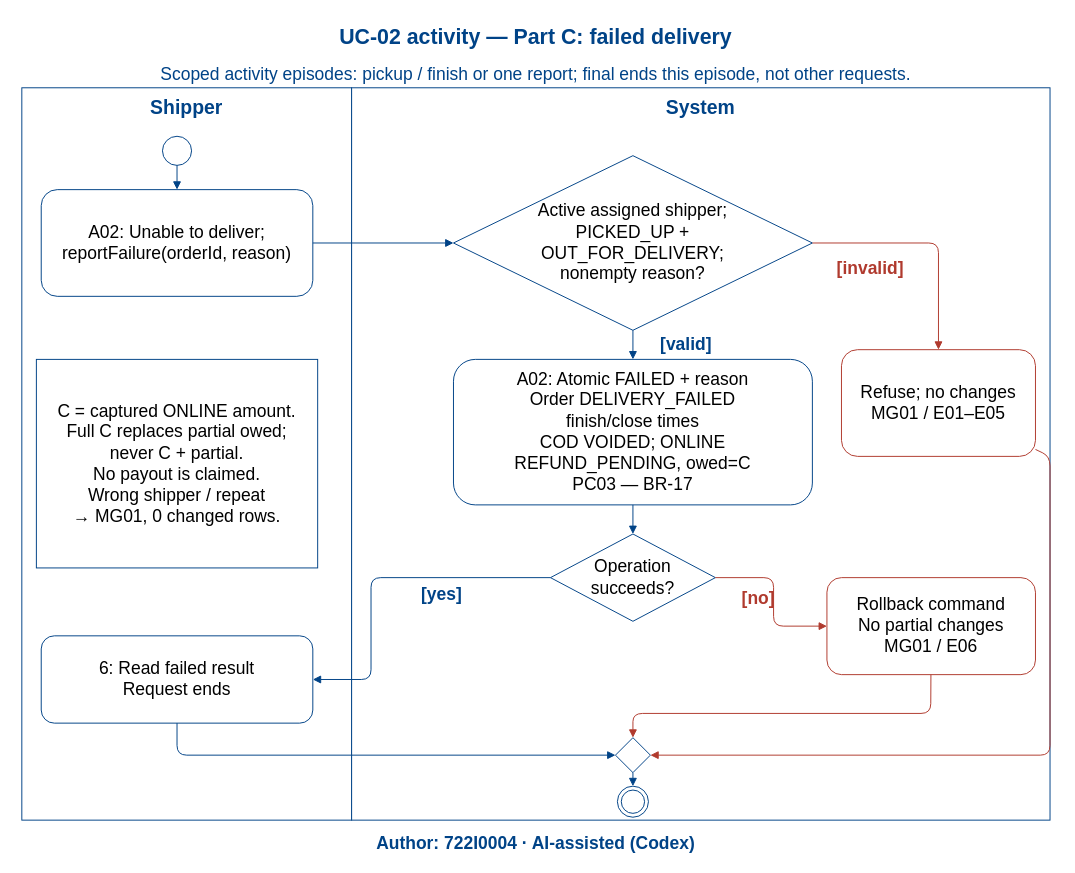
Above: models/UC-02/activity_uc02_PartC.drawio in Dat071104/SaigonBite (draw.io), before the change. Source tidied: cells renumbered, new cells numbered last; positions are measured from the earlier drawing's top-left corner, leaving out a move shared by most shapes. Both pictures are drawn from the tidied source at 97%, with x=0, y=0 at pixel (16, 16).
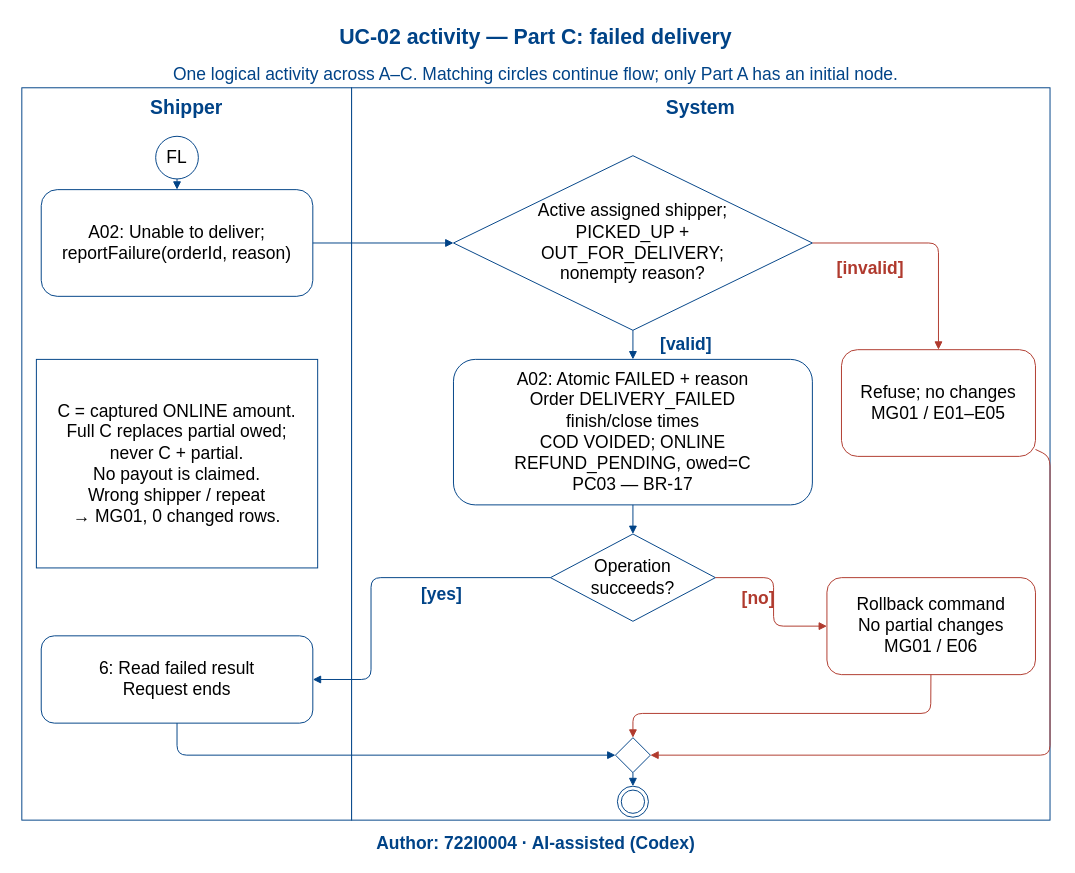
After the change.

Change to the diagram source:
```diff
@@
-    <mxCell id="8" style="ellipse;html=0;whiteSpace=wrap;strokeColor=#004387;fillColor=white;fontSize=18;align=center;verticalAlign=middle;" parent="1" vertex="1">
-      <mxGeometry x="150" y="123" width="30" height="30" as="geometry" />
+    <mxCell id="8" value="FL" style="ellipse;html=0;whiteSpace=wrap;strokeColor=#004387;fillColor=white;fontSize=18;align=center;verticalAlign=middle;" parent="1" vertex="1">
+      <mxGeometry x="143" y="123" width="44" height="44" as="geometry" />
     </mxCell>
@@
-    <mxCell id="34" value="Scoped activity episodes: pickup / finish or one report; final ends this episode, not other requests." style="text;html=0;whiteSpace=wrap;fontSize=18;fontColor=#004387;fontStyle=0;align=center;verticalAlign=middle;strokeColor=none;fillColor=none;" parent="1" vertex="1">
+    <mxCell id="34" value="One logical activity across A–C. Matching circles continue flow; only Part A has an initial node." style="text;html=0;whiteSpace=wrap;fontSize=18;fontColor=#004387;fontStyle=0;align=center;verticalAlign=middle;strokeColor=none;fillColor=none;" parent="1" vertex="1">
       <mxGeometry y="46" width="1070" height="26" as="geometry" />
     </mxCell>
```
